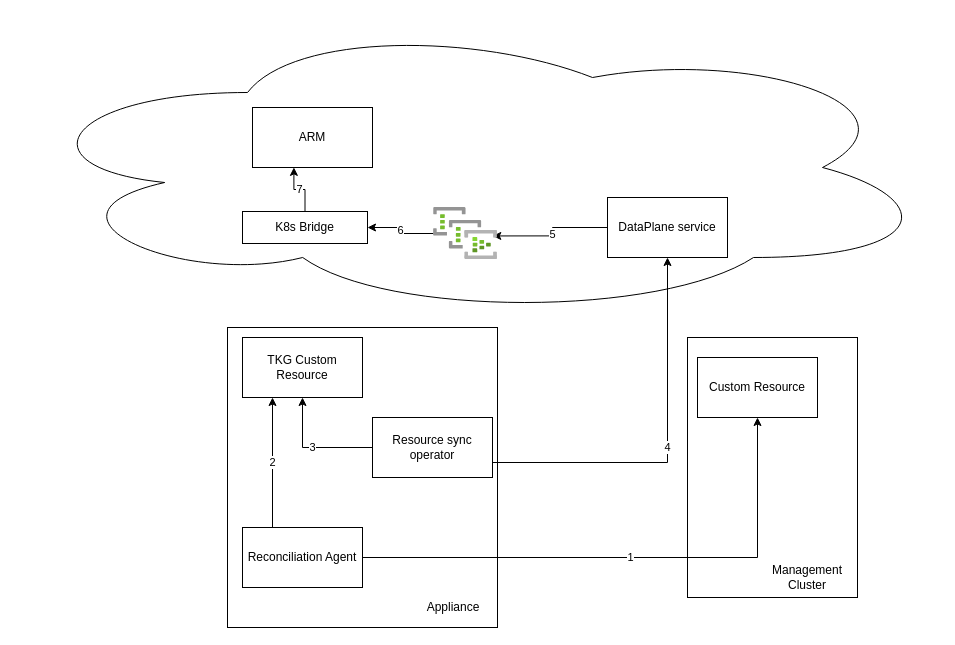
Before: Metadatasync2.drawio in khandelwalbrijesh/RetentionScript, a draw.io diagram. Source tidied: cells renumbered, new cells numbered last; positions are measured from the earlier drawing's top-left corner, leaving out a move shared by most shapes. Both pictures are drawn from the tidied source at 100%, with x=0, y=0 at pixel (17, 17).
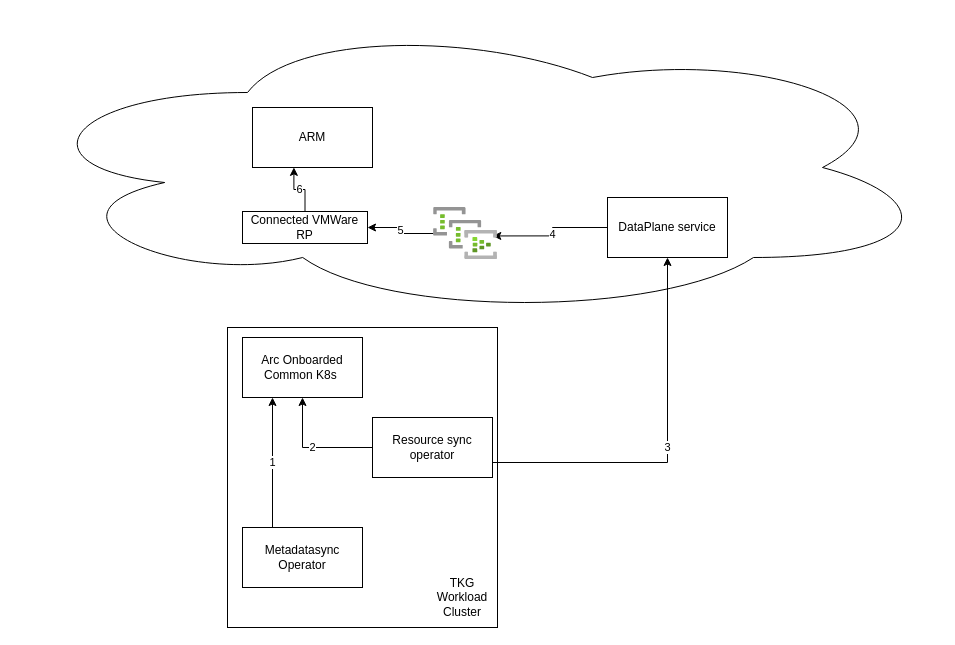
Above is the later version.

The change refers to these unchanged cells:
```xml
<mxCell id="7" value="Resource sync operator" style="rounded=0;whiteSpace=wrap;html=1;" parent="1" vertex="1">
  <mxGeometry x="355" y="400" width="120" height="60" as="geometry" />
</mxCell>
<mxCell id="11" value="DataPlane service" style="rounded=0;whiteSpace=wrap;html=1;" parent="1" vertex="1">
  <mxGeometry x="590" y="180" width="120" height="60" as="geometry" />
</mxCell>
<mxCell id="13" style="html=1;points=[];align=center;image;fontSize=12;image=img/lib/azure2/analytics/Event_Hub_Clusters.svg;" parent="1" vertex="1">
  <mxGeometry x="416" y="190" width="64" height="52" as="geometry" />
</mxCell>
<mxCell id="21" value="ARM" style="rounded=0;whiteSpace=wrap;html=1;" parent="1" vertex="1">
  <mxGeometry x="235" y="90" width="120" height="60" as="geometry" />
</mxCell>
```

What changed in the source:
```diff
@@
-    <mxCell id="3" value="TKG Custom Resource" style="rounded=0;whiteSpace=wrap;html=1;" parent="1" vertex="1">
+    <mxCell id="3" value="Arc Onboarded Common K8s&amp;nbsp;" style="rounded=0;whiteSpace=wrap;html=1;" parent="1" vertex="1">
       <mxGeometry x="225" y="320" width="120" height="60" as="geometry" />
     </mxCell>
-    <mxCell id="4" value="2" style="edgeStyle=none;rounded=0;jettySize=auto;html=1;exitX=0.25;exitY=0;exitDx=0;exitDy=0;entryX=0.25;entryY=1;entryDx=0;entryDy=0;" parent="1" edge="1" source="5" target="3">
+    <mxCell id="4" value="1" style="edgeStyle=none;rounded=0;jettySize=auto;html=1;exitX=0.25;exitY=0;exitDx=0;exitDy=0;entryX=0.25;entryY=1;entryDx=0;entryDy=0;" parent="1" edge="1" source="5" target="3">
       <mxGeometry relative="1" as="geometry" />
     </mxCell>
-    <mxCell id="5" value="Reconciliation Agent" style="rounded=0;whiteSpace=wrap;html=1;" parent="1" vertex="1">
+    <mxCell id="5" value="Metadatasync Operator" style="rounded=0;whiteSpace=wrap;html=1;" parent="1" vertex="1">
       <mxGeometry x="225" y="510" width="120" height="60" as="geometry" />
     </mxCell>
-    <mxCell id="6" value="3" style="edgeStyle=orthogonalEdgeStyle;rounded=0;jettySize=auto;html=1;exitX=0;exitY=0.5;exitDx=0;exitDy=0;" parent="1" edge="1" source="7" target="3">
+    <mxCell id="6" value="2" style="edgeStyle=orthogonalEdgeStyle;rounded=0;jettySize=auto;html=1;exitX=0;exitY=0.5;exitDx=0;exitDy=0;" parent="1" edge="1" source="7" target="3">
       <mxGeometry relative="1" as="geometry" />
     </mxCell>
@@
-    <mxCell id="9" value="4" style="edgeStyle=orthogonalEdgeStyle;rounded=0;jettySize=auto;html=1;exitX=1;exitY=0.75;exitDx=0;exitDy=0;entryX=0.5;entryY=1;entryDx=0;entryDy=0;" parent="1" edge="1" source="7" target="11">
+    <mxCell id="9" value="3" style="edgeStyle=orthogonalEdgeStyle;rounded=0;jettySize=auto;html=1;exitX=1;exitY=0.75;exitDx=0;exitDy=0;entryX=0.5;entryY=1;entryDx=0;entryDy=0;" parent="1" edge="1" source="7" target="11">
       <mxGeometry relative="1" as="geometry" />
     </mxCell>
-    <mxCell id="10" value="5" style="edgeStyle=orthogonalEdgeStyle;rounded=0;jettySize=auto;html=1;exitX=0;exitY=0.5;exitDx=0;exitDy=0;entryX=0.926;entryY=0.547;entryDx=0;entryDy=0;entryPerimeter=0;" parent="1" edge="1" source="11" target="13">
+    <mxCell id="10" value="4" style="edgeStyle=orthogonalEdgeStyle;rounded=0;jettySize=auto;html=1;exitX=0;exitY=0.5;exitDx=0;exitDy=0;entryX=0.926;entryY=0.547;entryDx=0;entryDy=0;entryPerimeter=0;" parent="1" edge="1" source="11" target="13">
       <mxGeometry relative="1" as="geometry" />
     </mxCell>
@@
-    <mxCell id="12" value="6" style="edgeStyle=orthogonalEdgeStyle;rounded=0;jettySize=auto;html=1;" parent="1" edge="1" source="13" target="15">
+    <mxCell id="12" value="5" style="edgeStyle=orthogonalEdgeStyle;rounded=0;jettySize=auto;html=1;" parent="1" edge="1" source="13" target="15">
       <mxGeometry relative="1" as="geometry" />
     </mxCell>
@@
-    <mxCell id="14" value="7" style="edgeStyle=orthogonalEdgeStyle;rounded=0;jettySize=auto;html=1;exitX=0.5;exitY=0;exitDx=0;exitDy=0;entryX=0.345;entryY=0.998;entryDx=0;entryDy=0;entryPerimeter=0;" parent="1" edge="1" source="15" target="21">
+    <mxCell id="14" value="6" style="edgeStyle=orthogonalEdgeStyle;rounded=0;jettySize=auto;html=1;exitX=0.5;exitY=0;exitDx=0;exitDy=0;entryX=0.345;entryY=0.998;entryDx=0;entryDy=0;entryPerimeter=0;" parent="1" edge="1" source="15" target="21">
       <mxGeometry relative="1" as="geometry" />
     </mxCell>
-    <mxCell id="15" value="K8s Bridge" style="rounded=0;whiteSpace=wrap;html=1;" parent="1" vertex="1">
+    <mxCell id="15" value="Connected VMWare RP" style="rounded=0;whiteSpace=wrap;html=1;" parent="1" vertex="1">
       <mxGeometry x="225" y="194" width="125" height="32" as="geometry" />
     </mxCell>
-    <mxCell id="16" value="Appliance" style="text;html=1;strokeColor=none;fillColor=none;align=center;verticalAlign=middle;whiteSpace=wrap;rounded=0;" parent="1" vertex="1">
-      <mxGeometry x="416" y="580" width="40" height="20" as="geometry" />
+    <mxCell id="16" value="TKG Workload Cluster" style="text;html=1;strokeColor=none;fillColor=none;align=center;verticalAlign=middle;whiteSpace=wrap;rounded=0;" parent="1" vertex="1">
+      <mxGeometry x="413" y="570" width="64" height="20" as="geometry" />
     </mxCell>
-    <mxCell id="17" style="rounded=0;whiteSpace=wrap;html=1;" parent="1" vertex="1">
-      <mxGeometry x="670" y="320" width="170" height="260" as="geometry" />
-    </mxCell>
-    <mxCell id="18" value="Management Cluster" style="text;html=1;strokeColor=none;fillColor=none;align=center;verticalAlign=middle;whiteSpace=wrap;rounded=0;" parent="1" vertex="1">
-      <mxGeometry x="770" y="550" width="40" height="20" as="geometry" />
-    </mxCell>
-    <mxCell id="19" value="1" style="edgeStyle=orthogonalEdgeStyle;rounded=0;jettySize=auto;html=1;exitX=1;exitY=0.5;exitDx=0;exitDy=0;entryX=0.5;entryY=1;entryDx=0;entryDy=0;" parent="1" edge="1" source="5" target="20">
-      <mxGeometry relative="1" as="geometry" />
-    </mxCell>
-    <mxCell id="20" value="Custom Resource" style="rounded=0;whiteSpace=wrap;html=1;" parent="1" vertex="1">
-      <mxGeometry x="680" y="340" width="120" height="60" as="geometry" />
-    </mxCell>
```
